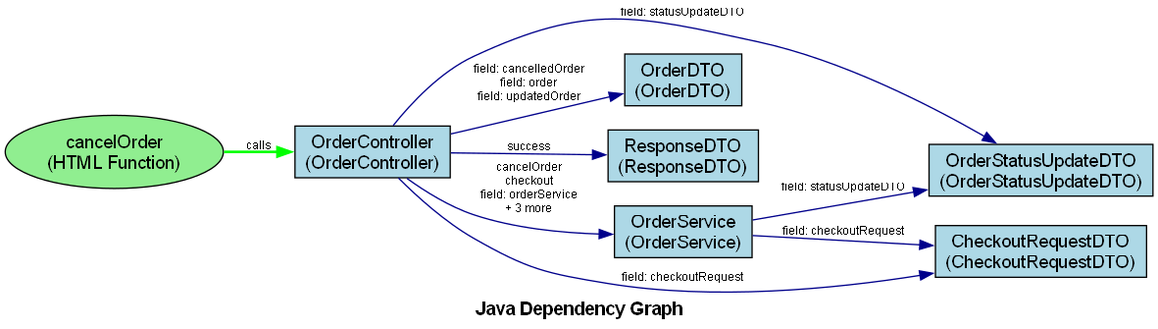
Above: dependencies.png in tudao164/DependGraphForJava2 (Graphviz), before the change. Its source is kept beside it as dependencies.dot.
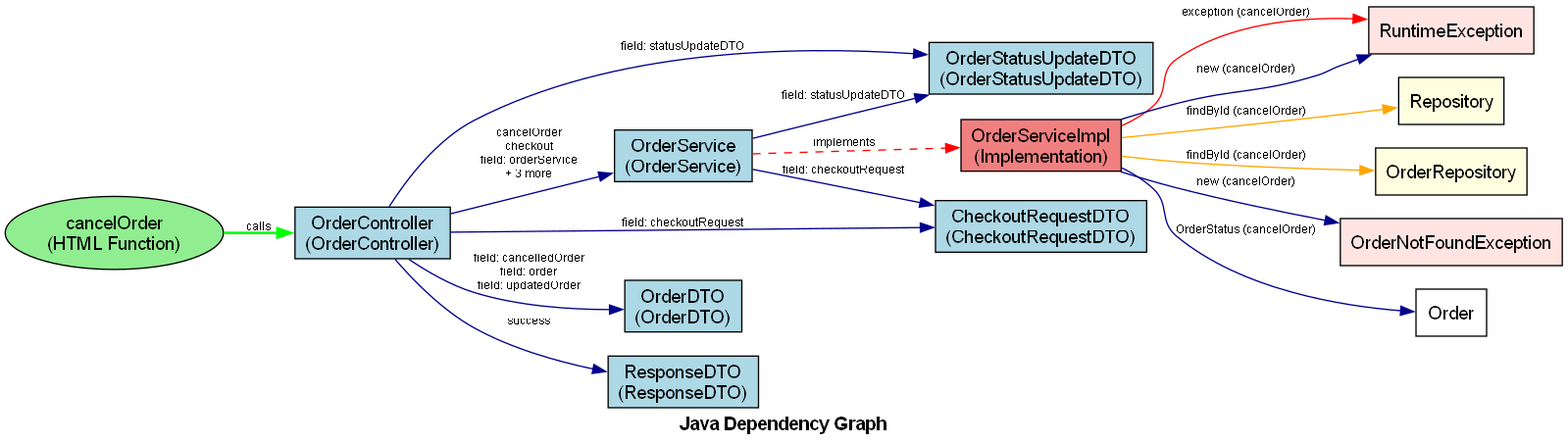
Later version of the same file.

What changed in the source:
```diff
@@ -4,12 +4,12 @@
     edge [fontname="Arial", fontsize=9, color=darkblue];
     graph [fontname="Arial Bold", fontsize=14, label="Java Dependency Graph"];
 
-    "OrderService" [label="OrderService\n(OrderService)", URL="javascript:showNodeInfo('OrderService')", fillcolor="lightblue"];
+    "OrderStatusUpdateDTO" [label="OrderStatusUpdateDTO\n(OrderStatusUpdateDTO)", URL="javascript:showNodeInfo('OrderStatusUpdateDTO')", fillcolor="lightblue"];
+    "CheckoutRequestDTO" [label="CheckoutRequestDTO\n(CheckoutRequestDTO)", URL="javascript:showNodeInfo('CheckoutRequestDTO')", fillcolor="lightblue"];
+    "OrderController" [label="OrderController\n(OrderController)", URL="javascript:showNodeInfo('OrderController')", fillcolor="lightblue"];
     "OrderDTO" [label="OrderDTO\n(OrderDTO)", URL="javascript:showNodeInfo('OrderDTO')", fillcolor="lightblue"];
     "ResponseDTO" [label="ResponseDTO\n(ResponseDTO)", URL="javascript:showNodeInfo('ResponseDTO')", fillcolor="lightblue"];
-    "OrderController" [label="OrderController\n(OrderController)", URL="javascript:showNodeInfo('OrderController')", fillcolor="lightblue"];
-    "OrderStatusUpdateDTO" [label="OrderStatusUpdateDTO\n(OrderStatusUpdateDTO)", URL="javascript:showNodeInfo('OrderStatusUpdateDTO')", fillcolor="lightblue"];
-    "CheckoutRequestDTO" [label="CheckoutRequestDTO\n(CheckoutRequestDTO)", URL="javascript:showNodeInfo('CheckoutRequestDTO')", fillcolor="lightblue"];
+    "OrderService" [label="OrderService\n(OrderService)", URL="javascript:showNodeInfo('OrderService')", fillcolor="lightblue"];
 
     "OrderController" -> "ResponseDTO" [label="success", URL="javascript:showEdgeInfo('OrderController', 'ResponseDTO')"];
     "OrderController" -> "OrderService" [label="cancelOrder\ncheckout\nfield: orderService\n+ 3 more", URL="javascript:showEdgeInfo('OrderController', 'OrderService')"];
@@ -19,6 +19,22 @@
     "OrderService" -> "CheckoutRequestDTO" [label="field: checkoutRequest", URL="javascript:showEdgeInfo('OrderService', 'CheckoutRequestDTO')"];
     "OrderService" -> "OrderStatusUpdateDTO" [label="field: statusUpdateDTO", URL="javascript:showEdgeInfo('OrderService', 'OrderStatusUpdateDTO')"];
 
+    "OrderServiceImpl" [label="OrderServiceImpl\n(Implementation)", URL="javascript:showNodeInfo('OrderServiceImpl')", fillcolor="lightcoral", shape="box"];
+    "OrderService" -> "OrderServiceImpl" [label="implements", URL="javascript:showEdgeInfo('OrderService', 'OrderServiceImpl')", color="red", style="dashed"];
+
+    "RuntimeException" [label="RuntimeException", URL="javascript:showNodeInfo('RuntimeException')", fillcolor="mistyrose", shape="box"];
+    "OrderServiceImpl" -> "RuntimeException" [label="exception (cancelOrder)", URL="javascript:showEdgeInfo('OrderServiceImpl', 'RuntimeException')", color="red"];
+    "Repository" [label="Repository", URL="javascript:showNodeInfo('Repository')", fillcolor="lightyellow", shape="box"];
+    "OrderServiceImpl" -> "Repository" [label="findById (cancelOrder)", URL="javascript:showEdgeInfo('OrderServiceImpl', 'Repository')", color="orange"];
+    "OrderRepository" [label="OrderRepository", URL="javascript:showNodeInfo('OrderRepository')", fillcolor="lightyellow", shape="box"];
+    "OrderServiceImpl" -> "OrderRepository" [label="findById (cancelOrder)", URL="javascript:showEdgeInfo('OrderServiceImpl', 'OrderRepository')", color="orange"];
+    "OrderNotFoundException" [label="OrderNotFoundException", URL="javascript:showNodeInfo('OrderNotFoundException')", fillcolor="mistyrose", shape="box"];
+    "OrderServiceImpl" -> "OrderNotFoundException" [label="new (cancelOrder)", URL="javascript:showEdgeInfo('OrderServiceImpl', 'OrderNotFoundException')"];
+    "RuntimeException" [label="RuntimeException", URL="javascript:showNodeInfo('RuntimeException')", fillcolor="mistyrose", shape="box"];
+    "OrderServiceImpl" -> "RuntimeException" [label="new (cancelOrder)", URL="javascript:showEdgeInfo('OrderServiceImpl', 'RuntimeException')"];
+    "Order" [label="Order", URL="javascript:showNodeInfo('Order')", fillcolor="white", shape="box"];
+    "OrderServiceImpl" -> "Order" [label="OrderStatus (cancelOrder)", URL="javascript:showEdgeInfo('OrderServiceImpl', 'Order')"];
+
     "HTML_cancelOrder" [label="cancelOrder\n(HTML Function)", URL="javascript:showNodeInfo('HTML_cancelOrder')", fillcolor="lightgreen", shape="ellipse"];
     "HTML_cancelOrder" -> "OrderController" [label="calls", URL="javascript:showEdgeInfo('HTML_cancelOrder', 'OrderController')", color="green", style="bold"];
 }
```
